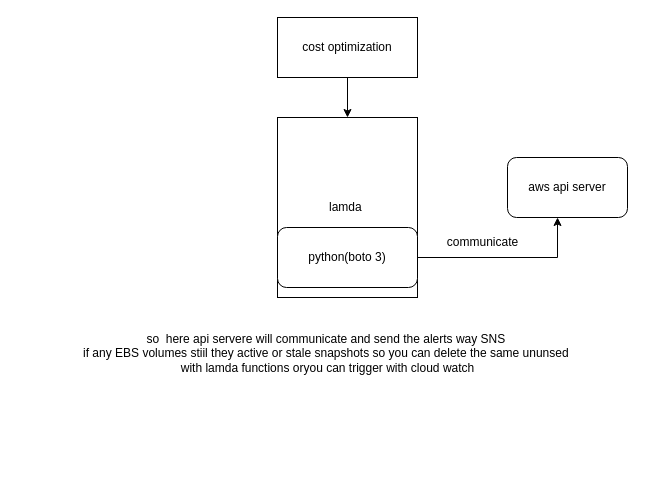
Before: cost optimization.drawio in Raidi13/diagrams, a draw.io diagram. Source tidied: cells renumbered, new cells numbered last; positions are measured from the earlier drawing's top-left corner, leaving out a move shared by most shapes. Both pictures are drawn from the tidied source at 100%, with x=0, y=0 at pixel (72, 17).
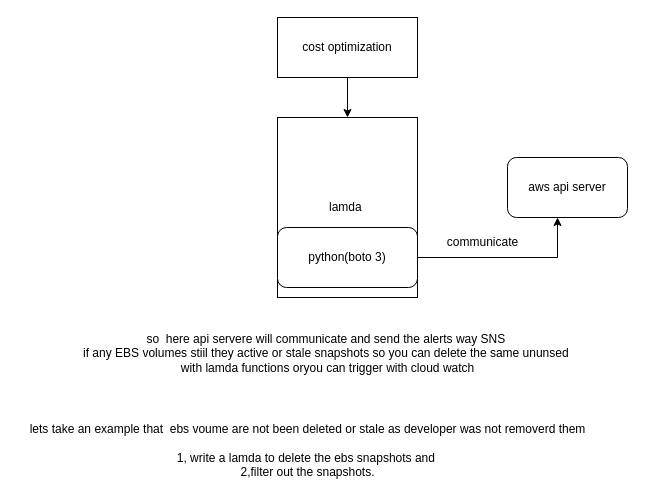
The same diagram, later.

Change to the diagram source:
```diff
@@
 <mxGraphModel>
   <root>
     <mxCell id="0" />
     <mxCell id="1" parent="0" />
     <mxCell id="2" value="lamda&amp;nbsp;" style="rounded=0;whiteSpace=wrap;html=1;" parent="1" vertex="1">
       <mxGeometry x="205" y="100" width="140" height="180" as="geometry" />
     </mxCell>
     <mxCell id="3" style="edgeStyle=orthogonalEdgeStyle;rounded=0;jettySize=auto;html=1;entryX=0.417;entryY=1;entryDx=0;entryDy=0;entryPerimeter=0;" parent="1" edge="1" source="4" target="5">
       <mxGeometry relative="1" as="geometry" />
     </mxCell>
     <mxCell id="4" value="python(boto 3)" style="rounded=1;whiteSpace=wrap;html=1;" parent="1" vertex="1">
       <mxGeometry x="205" y="210" width="140" height="60" as="geometry" />
     </mxCell>
     <mxCell id="5" value="aws api server" style="rounded=1;whiteSpace=wrap;html=1;" parent="1" vertex="1">
       <mxGeometry x="435" y="140" width="120" height="60" as="geometry" />
     </mxCell>
     <mxCell id="6" style="edgeStyle=orthogonalEdgeStyle;rounded=0;jettySize=auto;html=1;" parent="1" edge="1" source="7" target="2">
       <mxGeometry relative="1" as="geometry" />
     </mxCell>
     <mxCell id="7" value="cost optimization" style="rounded=0;whiteSpace=wrap;html=1;" parent="1" vertex="1">
       <mxGeometry x="205" width="140" height="60" as="geometry" />
     </mxCell>
     <mxCell id="8" value="communicate" style="text;html=1;align=center;verticalAlign=middle;strokeColor=none;fillColor=none;" parent="1" vertex="1">
       <mxGeometry x="365" y="210" width="90" height="30" as="geometry" />
     </mxCell>
     <mxCell id="9" value="so&amp;nbsp; here api servere will communicate and send the alerts way SNS&amp;nbsp;&lt;div&gt;if any EBS volumes stiil they active or stale snapshots so you can delete the same ununsed&amp;nbsp;&lt;/div&gt;&lt;div&gt;with lamda functions oryou can trigger with cloud watch&lt;/div&gt;&lt;div&gt;&lt;br&gt;&lt;/div&gt;" style="text;html=1;align=center;verticalAlign=middle;strokeColor=none;fillColor=none;" parent="1" vertex="1">
       <mxGeometry y="308" width="510" height="70" as="geometry" />
     </mxCell>
+    <mxCell id="10" value="lets take an example that&amp;nbsp; ebs voume are not been deleted or stale as developer was not removerd them&lt;div&gt;&lt;br&gt;&lt;/div&gt;&lt;div&gt;1, write a lamda to delete the ebs snapshots and&amp;nbsp;&lt;/div&gt;&lt;div&gt;2,filter out the snapshots.&lt;/div&gt;" style="text;html=1;align=center;verticalAlign=middle;strokeColor=none;fillColor=none;" parent="1" vertex="1">
+      <mxGeometry x="-55" y="398" width="580" height="70" as="geometry" />
+    </mxCell>
   </root>
 </mxGraphModel>
```
